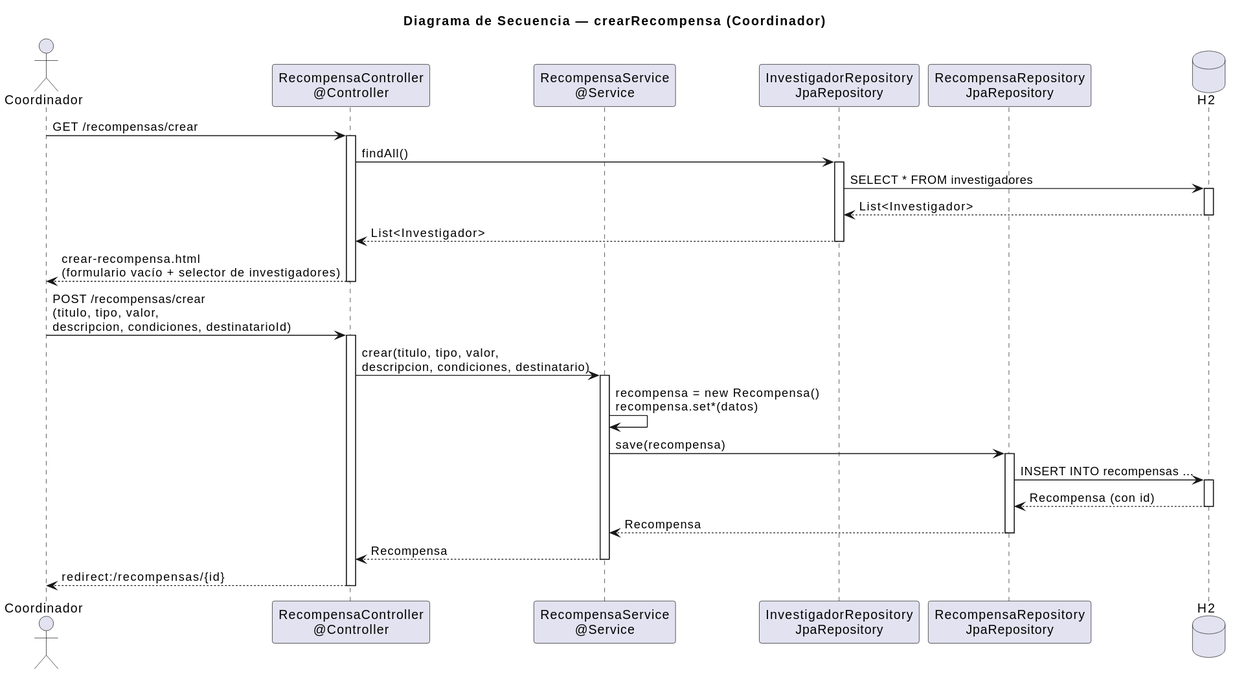
The PlantUML diagram images/diseño/coordinador/crearRecompensa.svg in 31Diego/25-26-idsw2-sdVC, before a commit. The source it was exported from:
```plantuml
@startuml
title Diagrama de Secuencia — crearRecompensa (Coordinador)

actor "Coordinador" as User
participant "RecompensaController\n@Controller" as Controller
participant "RecompensaService\n@Service" as Service
participant "InvestigadorRepository\nJpaRepository" as InvRepo
participant "RecompensaRepository\nJpaRepository" as Repo
database "H2" as DB

User -> Controller: GET /recompensas/crear
activate Controller
Controller -> InvRepo: findAll()
activate InvRepo
InvRepo -> DB: SELECT * FROM investigadores
activate DB
DB --> InvRepo: List<Investigador>
deactivate DB
InvRepo --> Controller: List<Investigador>
deactivate InvRepo
Controller --> User: crear-recompensa.html\n(formulario vacío + selector de investigadores)
deactivate Controller

User -> Controller: POST /recompensas/crear\n(titulo, tipo, valor,\ndescripcion, condiciones, destinatarioId)
activate Controller
Controller -> Service: crear(titulo, tipo, valor,\ndescripcion, condiciones, destinatario)
activate Service
Service -> Service: recompensa = new Recompensa()\nrecompensa.set*(datos)
Service -> Repo: save(recompensa)
activate Repo
Repo -> DB: INSERT INTO recompensas ...
activate DB
DB --> Repo: Recompensa (con id)
deactivate DB
Repo --> Service: Recompensa
deactivate Repo
Service --> Controller: Recompensa
deactivate Service
Controller --> User: redirect:/recompensas/{id}
deactivate Controller
@enduml
```
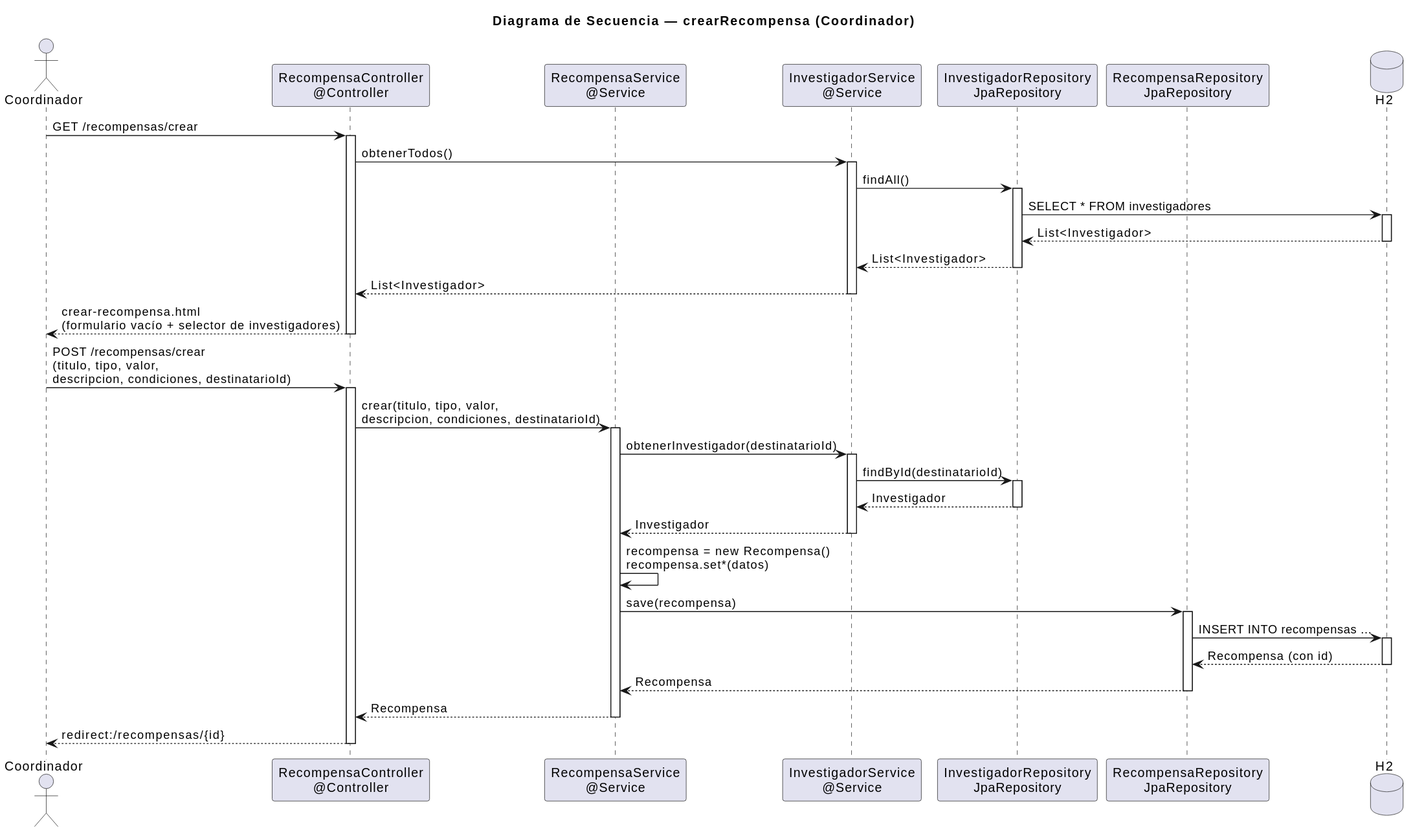
Later version of the same file.

Change to the diagram source:
```diff
@@ -4,27 +4,40 @@
 actor "Coordinador" as User
 participant "RecompensaController\n@Controller" as Controller
 participant "RecompensaService\n@Service" as Service
+participant "InvestigadorService\n@Service" as InvService
 participant "InvestigadorRepository\nJpaRepository" as InvRepo
 participant "RecompensaRepository\nJpaRepository" as Repo
 database "H2" as DB
 
 User -> Controller: GET /recompensas/crear
 activate Controller
-Controller -> InvRepo: findAll()
+Controller -> InvService: obtenerTodos()
+activate InvService
+InvService -> InvRepo: findAll()
 activate InvRepo
 InvRepo -> DB: SELECT * FROM investigadores
 activate DB
 DB --> InvRepo: List<Investigador>
 deactivate DB
-InvRepo --> Controller: List<Investigador>
+InvRepo --> InvService: List<Investigador>
 deactivate InvRepo
+InvService --> Controller: List<Investigador>
+deactivate InvService
 Controller --> User: crear-recompensa.html\n(formulario vacío + selector de investigadores)
 deactivate Controller
 
 User -> Controller: POST /recompensas/crear\n(titulo, tipo, valor,\ndescripcion, condiciones, destinatarioId)
 activate Controller
-Controller -> Service: crear(titulo, tipo, valor,\ndescripcion, condiciones, destinatario)
+Controller -> Service: crear(titulo, tipo, valor,\ndescripcion, condiciones, destinatarioId)
 activate Service
+Service -> InvService: obtenerInvestigador(destinatarioId)
+activate InvService
+InvService -> InvRepo: findById(destinatarioId)
+activate InvRepo
+InvRepo --> InvService: Investigador
+deactivate InvRepo
+InvService --> Service: Investigador
+deactivate InvService
 Service -> Service: recompensa = new Recompensa()\nrecompensa.set*(datos)
 Service -> Repo: save(recompensa)
 activate Repo
```
